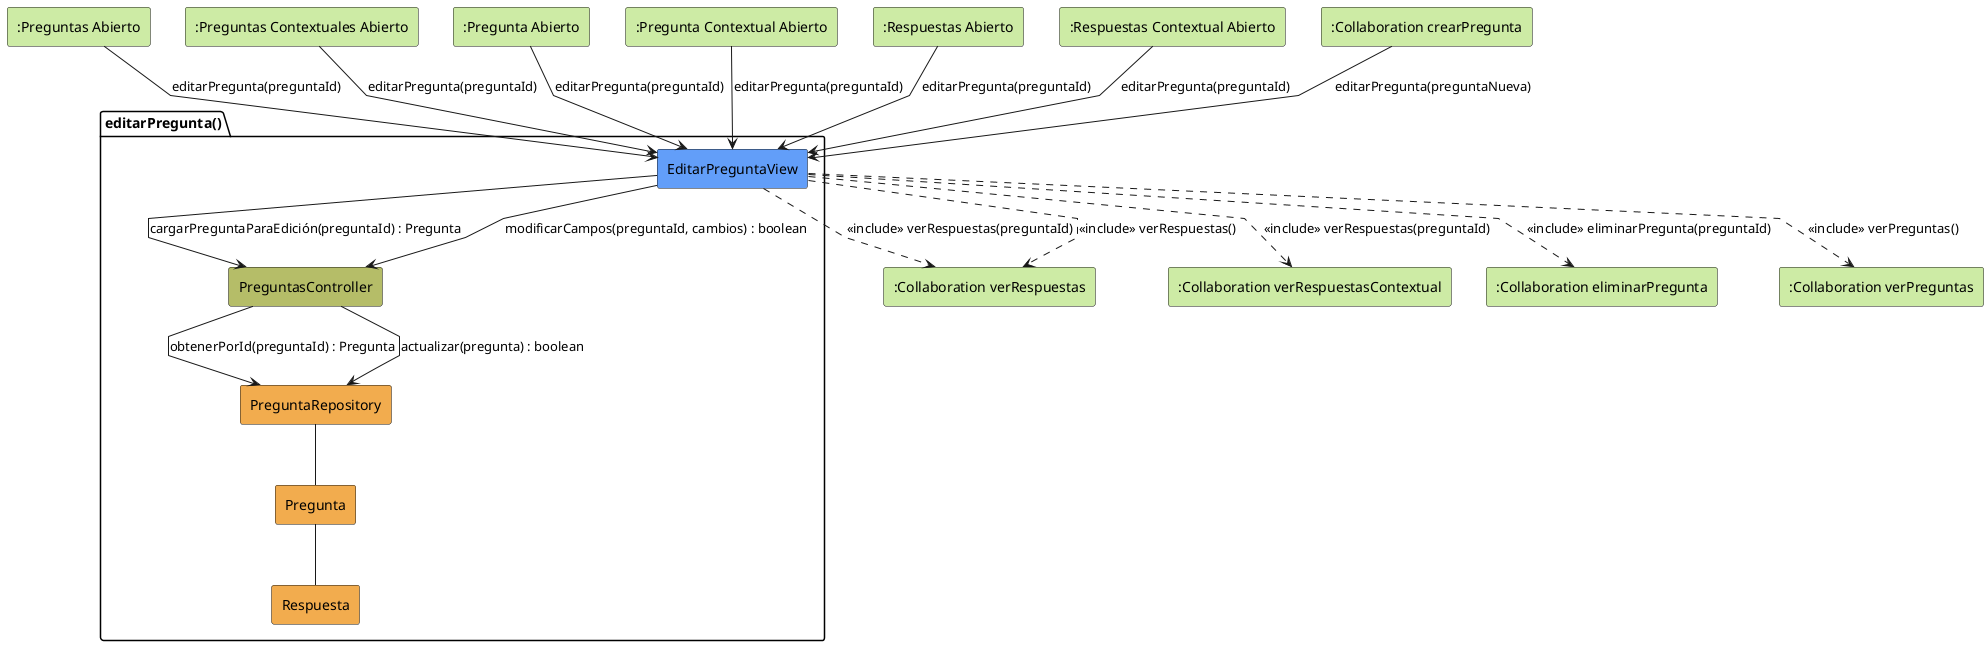
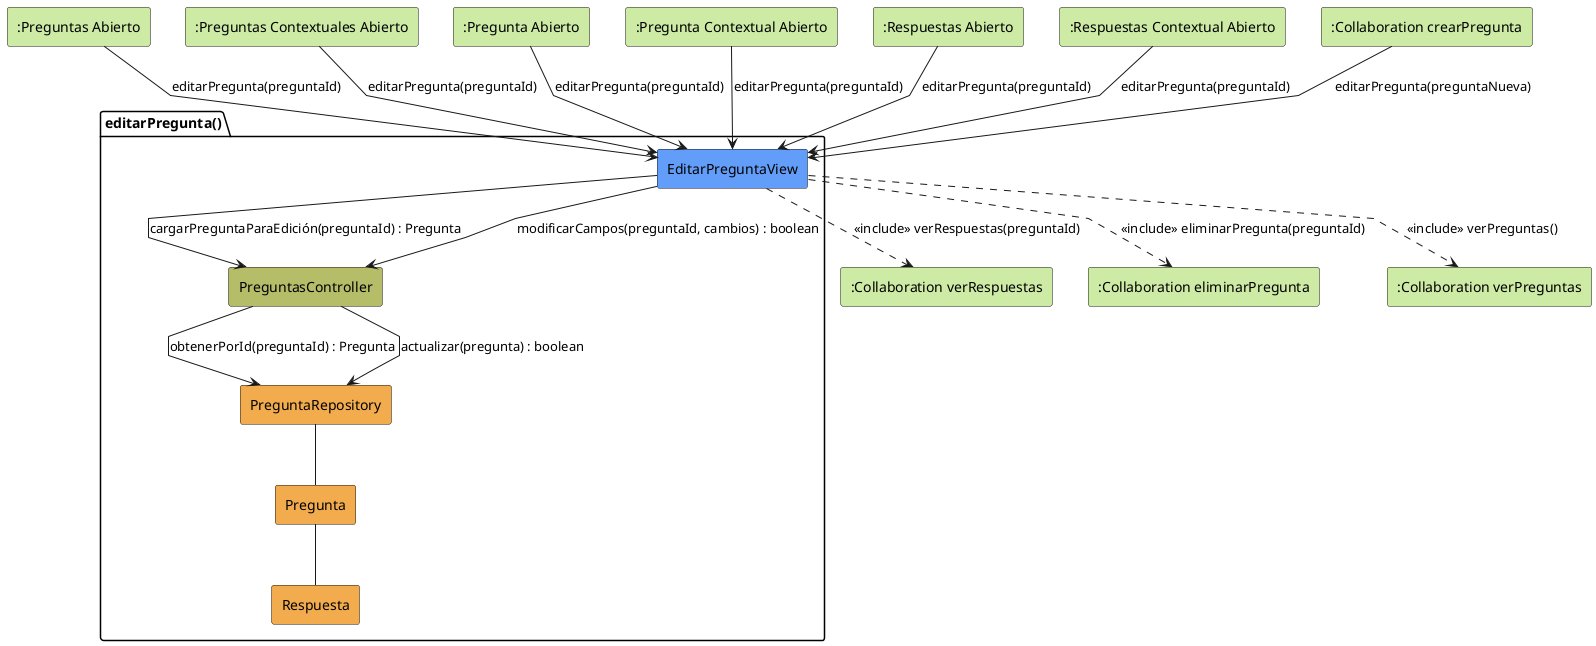
@startuml editarPregunta-analisis
skinparam linetype polyline

rectangle #CDEBA5 ":Preguntas Abierto" as PreguntasAbierto
rectangle #CDEBA5 ":Preguntas Contextuales Abierto" as PreguntasContextualesAbierto
rectangle #CDEBA5 ":Pregunta Abierto" as PreguntaAbierto
rectangle #CDEBA5 ":Pregunta Contextual Abierto" as PreguntaContextualAbierto
rectangle #CDEBA5 ":Respuestas Abierto" as RespuestasAbierto
rectangle #CDEBA5 ":Respuestas Contextual Abierto" as RespuestasContextualAbierto
rectangle #CDEBA5 ":Collaboration crearPregunta" as CrearPregunta
rectangle #CDEBA5 ":Collaboration verRespuestas" as VerRespuestas
- rectangle #CDEBA5 ":Collaboration verRespuestasContextual" as VerRespuestasContextual
rectangle #CDEBA5 ":Collaboration eliminarPregunta" as EliminarPregunta
rectangle #CDEBA5 ":Collaboration verPreguntas" as VerPreguntas

package editarPregunta as "editarPregunta()" {
    rectangle #629EF9 EditarPreguntaView
    rectangle #b5bd68 PreguntasController
    rectangle #F2AC4E PreguntaRepository
    rectangle #F2AC4E Pregunta
    rectangle #F2AC4E Respuesta
}

CrearPregunta --> EditarPreguntaView: editarPregunta(preguntaNueva)
PreguntasAbierto --> EditarPreguntaView: editarPregunta(preguntaId)
PreguntasContextualesAbierto --> EditarPreguntaView: editarPregunta(preguntaId)
PreguntaAbierto --> EditarPreguntaView: editarPregunta(preguntaId)
PreguntaContextualAbierto --> EditarPreguntaView: editarPregunta(preguntaId)
RespuestasAbierto --> EditarPreguntaView: editarPregunta(preguntaId)
RespuestasContextualAbierto --> EditarPreguntaView: editarPregunta(preguntaId)

EditarPreguntaView -d-> PreguntasController: cargarPreguntaParaEdición(preguntaId) : Pregunta

PreguntasController --> PreguntaRepository: obtenerPorId(preguntaId) : Pregunta

PreguntaRepository -- Pregunta
Pregunta -- Respuesta

EditarPreguntaView --> PreguntasController: modificarCampos(preguntaId, cambios) : boolean

PreguntasController --> PreguntaRepository: actualizar(pregunta) : boolean

EditarPreguntaView ..> VerRespuestas: <<include>> verRespuestas(preguntaId)
- EditarPreguntaView ..> VerRespuestasContextual: <<include>> verRespuestas(preguntaId)
EditarPreguntaView ..> EliminarPregunta: <<include>> eliminarPregunta(preguntaId)
EditarPreguntaView ..> VerPreguntas: <<include>> verPreguntas()
- EditarPreguntaView ..> VerRespuestas: <<include>> verRespuestas()

@enduml